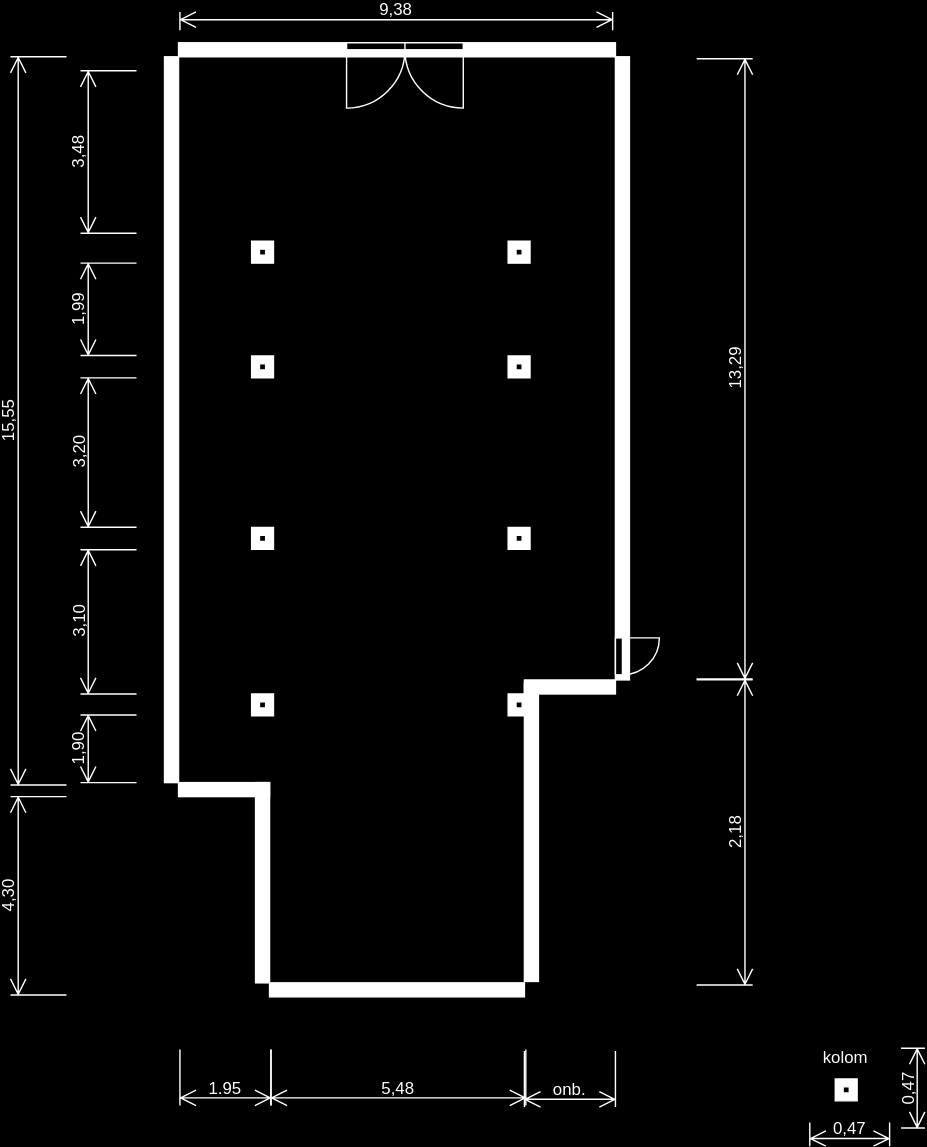
fckff/drawio keeps this draw.io diagram as fitness.drawio.svg. Above is the earlier version. Source tidied: cells renumbered, new cells last; positions are measured from the earlier drawing's top-left corner, leaving out a move shared by most shapes. The source it was exported from:
```xml
<mxGraphModel>
  <root>
    <mxCell id="0" />
    <mxCell id="1" parent="0" />
    <mxCell id="2" style="verticalLabelPosition=bottom;html=1;verticalAlign=top;align=center;shape=mxgraph.floorplan.wall;fillColor=strokeColor;direction=south;" parent="1" vertex="1">
      <mxGeometry x="110" y="32" width="10" height="518.3" as="geometry" />
    </mxCell>
    <mxCell id="3" style="verticalLabelPosition=bottom;html=1;verticalAlign=top;align=center;shape=mxgraph.floorplan.wall;fillColor=strokeColor;" parent="1" vertex="1">
      <mxGeometry x="120" y="550.3" width="65" height="10" as="geometry" />
    </mxCell>
    <mxCell id="4" style="verticalLabelPosition=bottom;html=1;verticalAlign=top;align=center;shape=mxgraph.floorplan.wall;fillColor=strokeColor;direction=south;" parent="1" vertex="1">
      <mxGeometry x="175" y="550.3" width="10" height="143" as="geometry" />
    </mxCell>
    <mxCell id="5" style="verticalLabelPosition=bottom;html=1;verticalAlign=top;align=center;shape=mxgraph.floorplan.wall;fillColor=strokeColor;" parent="1" vertex="1">
      <mxGeometry x="185" y="693.3" width="182" height="10" as="geometry" />
    </mxCell>
    <mxCell id="6" style="verticalLabelPosition=bottom;html=1;verticalAlign=top;align=center;shape=mxgraph.floorplan.wall;fillColor=strokeColor;" parent="1" vertex="1">
      <mxGeometry x="120" y="22" width="312" height="10" as="geometry" />
    </mxCell>
    <mxCell id="7" style="verticalLabelPosition=bottom;html=1;verticalAlign=top;align=center;shape=mxgraph.floorplan.wall;fillColor=strokeColor;direction=south;" parent="1" vertex="1">
      <mxGeometry x="432" y="32" width="10" height="445" as="geometry" />
    </mxCell>
    <mxCell id="8" style="verticalLabelPosition=bottom;html=1;verticalAlign=top;align=center;shape=mxgraph.floorplan.wall;fillColor=strokeColor;direction=south;" parent="1" vertex="1">
      <mxGeometry x="367" y="479.3" width="10" height="213" as="geometry" />
    </mxCell>
    <mxCell id="9" style="verticalLabelPosition=bottom;html=1;verticalAlign=top;align=center;shape=mxgraph.floorplan.room;fillColor=strokeColor;" parent="1" vertex="1">
      <mxGeometry x="172.2" y="487" width="15.6" height="15.6" as="geometry" />
    </mxCell>
    <mxCell id="10" style="verticalLabelPosition=bottom;html=1;verticalAlign=top;align=center;shape=mxgraph.floorplan.room;fillColor=strokeColor;" parent="1" vertex="1">
      <mxGeometry x="172.2" y="368.1" width="15.6" height="15.6" as="geometry" />
    </mxCell>
    <mxCell id="11" style="verticalLabelPosition=bottom;html=1;verticalAlign=top;align=center;shape=mxgraph.floorplan.room;fillColor=strokeColor;" parent="1" vertex="1">
      <mxGeometry x="172.2" y="245.7" width="15.6" height="15.6" as="geometry" />
    </mxCell>
    <mxCell id="12" style="verticalLabelPosition=bottom;html=1;verticalAlign=top;align=center;shape=mxgraph.floorplan.room;fillColor=strokeColor;" parent="1" vertex="1">
      <mxGeometry x="172.2" y="163.8" width="15.6" height="15.6" as="geometry" />
    </mxCell>
    <mxCell id="13" style="verticalLabelPosition=bottom;html=1;verticalAlign=top;align=center;shape=mxgraph.floorplan.room;fillColor=strokeColor;" parent="1" vertex="1">
      <mxGeometry x="355.4" y="163.8" width="15.6" height="15.6" as="geometry" />
    </mxCell>
    <mxCell id="14" style="verticalLabelPosition=bottom;html=1;verticalAlign=top;align=center;shape=mxgraph.floorplan.room;fillColor=strokeColor;" parent="1" vertex="1">
      <mxGeometry x="355.4" y="245.7" width="15.6" height="15.6" as="geometry" />
    </mxCell>
    <mxCell id="15" style="verticalLabelPosition=bottom;html=1;verticalAlign=top;align=center;shape=mxgraph.floorplan.room;fillColor=strokeColor;" parent="1" vertex="1">
      <mxGeometry x="355.4" y="368.1" width="15.6" height="15.6" as="geometry" />
    </mxCell>
    <mxCell id="16" style="verticalLabelPosition=bottom;html=1;verticalAlign=top;align=center;shape=mxgraph.floorplan.room;fillColor=strokeColor;" parent="1" vertex="1">
      <mxGeometry x="355.4" y="487" width="15.6" height="15.6" as="geometry" />
    </mxCell>
    <mxCell id="17" style="verticalLabelPosition=bottom;html=1;verticalAlign=top;align=center;shape=mxgraph.floorplan.wall;fillColor=strokeColor;" parent="1" vertex="1">
      <mxGeometry x="367" y="477" width="65" height="10" as="geometry" />
    </mxCell>
    <mxCell id="18" style="verticalLabelPosition=bottom;html=1;verticalAlign=top;align=center;shape=mxgraph.floorplan.doorRight;direction=north;" parent="1" vertex="1">
      <mxGeometry x="432" y="447" width="28" height="26.4" as="geometry" />
    </mxCell>
    <mxCell id="19" style="verticalLabelPosition=bottom;html=1;verticalAlign=top;align=center;shape=mxgraph.floorplan.doorDouble;" parent="1" vertex="1">
      <mxGeometry x="240" y="22" width="83.3" height="44.3" as="geometry" />
    </mxCell>
    <mxCell id="20" value="&lt;div&gt;15,55&lt;/div&gt;&lt;div&gt;&lt;br&gt;&lt;/div&gt;" style="shape=dimension;direction=south;whiteSpace=wrap;html=1;align=center;verticalAlign=top;labelBackgroundColor=none;horizontal=0;spacingTop=-15;" parent="1" vertex="1">
      <mxGeometry y="32" width="40" height="520" as="geometry" />
    </mxCell>
    <mxCell id="21" value="&lt;div&gt;4,30&lt;/div&gt;&lt;div&gt;&lt;br&gt;&lt;/div&gt;" style="shape=dimension;direction=south;whiteSpace=wrap;html=1;align=center;verticalAlign=top;labelBackgroundColor=none;horizontal=0;spacingTop=-15;" parent="1" vertex="1">
      <mxGeometry y="560.3" width="40" height="141.7" as="geometry" />
    </mxCell>
    <mxCell id="22" value="1,90" style="shape=dimension;direction=south;whiteSpace=wrap;html=1;align=center;verticalAlign=top;labelBackgroundColor=none;horizontal=0;spacingTop=-15;" parent="1" vertex="1">
      <mxGeometry x="50" y="502" width="40" height="48.3" as="geometry" />
    </mxCell>
    <mxCell id="23" style="verticalLabelPosition=bottom;html=1;verticalAlign=top;align=center;shape=mxgraph.floorplan.room;fillColor=strokeColor;" parent="1" vertex="1">
      <mxGeometry x="589" y="762" width="15.6" height="15.6" as="geometry" />
    </mxCell>
    <mxCell id="24" value="3,10" style="shape=dimension;direction=south;whiteSpace=wrap;html=1;align=center;verticalAlign=top;labelBackgroundColor=none;horizontal=0;spacingTop=-15;" parent="1" vertex="1">
      <mxGeometry x="50" y="384" width="40" height="103" as="geometry" />
    </mxCell>
    <mxCell id="25" value="3,20" style="shape=dimension;direction=south;whiteSpace=wrap;html=1;align=center;verticalAlign=top;labelBackgroundColor=none;horizontal=0;spacingTop=-15;" parent="1" vertex="1">
      <mxGeometry x="50" y="261.3" width="40" height="106.7" as="geometry" />
    </mxCell>
    <mxCell id="26" value="1,99" style="shape=dimension;direction=south;whiteSpace=wrap;html=1;align=center;verticalAlign=top;labelBackgroundColor=none;horizontal=0;spacingTop=-15;" parent="1" vertex="1">
      <mxGeometry x="50" y="179.4" width="40" height="66" as="geometry" />
    </mxCell>
    <mxCell id="27" value="3,48" style="shape=dimension;direction=south;whiteSpace=wrap;html=1;align=center;verticalAlign=top;labelBackgroundColor=none;horizontal=0;spacingTop=-15;" parent="1" vertex="1">
      <mxGeometry x="50" y="42" width="40" height="116" as="geometry" />
    </mxCell>
    <mxCell id="28" value="onb." style="shape=dimension;whiteSpace=wrap;html=1;align=center;verticalAlign=bottom;spacingBottom=3;labelBackgroundColor=none;" parent="1" vertex="1">
      <mxGeometry x="367" y="742" width="65" height="40" as="geometry" />
    </mxCell>
    <mxCell id="29" value="&lt;div&gt;5,48&lt;/div&gt;" style="shape=dimension;whiteSpace=wrap;html=1;align=center;verticalAlign=bottom;spacingBottom=3;labelBackgroundColor=none;" parent="1" vertex="1">
      <mxGeometry x="186" y="741" width="182" height="40" as="geometry" />
    </mxCell>
    <mxCell id="30" value="1.95" style="shape=dimension;whiteSpace=wrap;html=1;align=center;verticalAlign=bottom;spacingBottom=3;labelBackgroundColor=none;" parent="1" vertex="1">
      <mxGeometry x="121" y="741" width="65" height="40" as="geometry" />
    </mxCell>
    <mxCell id="31" value="2,18" style="shape=dimension;direction=north;whiteSpace=wrap;html=1;align=center;verticalAlign=bottom;labelBackgroundColor=none;horizontal=0;spacingBottom=3;" parent="1" vertex="1">
      <mxGeometry x="490" y="476.8" width="40" height="218" as="geometry" />
    </mxCell>
    <mxCell id="32" value="13,29" style="shape=dimension;direction=north;whiteSpace=wrap;html=1;align=center;verticalAlign=bottom;labelBackgroundColor=none;horizontal=0;spacingBottom=3;" parent="1" vertex="1">
      <mxGeometry x="490" y="33.4" width="40" height="443" as="geometry" />
    </mxCell>
    <mxCell id="33" value="9,38" style="shape=dimension;direction=west;whiteSpace=wrap;html=1;align=center;verticalAlign=top;spacingTop=-15;labelBackgroundColor=none;" parent="1" vertex="1">
      <mxGeometry x="121" width="309" height="13" as="geometry" />
    </mxCell>
    <mxCell id="34" value="0,47" style="shape=dimension;direction=north;whiteSpace=wrap;html=1;align=center;verticalAlign=bottom;labelBackgroundColor=none;horizontal=0;spacingBottom=3;" parent="1" vertex="1">
      <mxGeometry x="636" y="740" width="17" height="57" as="geometry" />
    </mxCell>
    <mxCell id="35" value="&lt;div&gt;0,47&lt;/div&gt;" style="shape=dimension;whiteSpace=wrap;html=1;align=center;verticalAlign=bottom;spacingBottom=3;labelBackgroundColor=none;" parent="1" vertex="1">
      <mxGeometry x="570.8" y="793" width="57" height="17" as="geometry" />
    </mxCell>
    <mxCell id="36" value="kolom" style="text;html=1;align=center;verticalAlign=middle;strokeColor=none;fillColor=none;" parent="1" vertex="1">
      <mxGeometry x="565.8" y="732" width="60" height="30" as="geometry" />
    </mxCell>
  </root>
</mxGraphModel>
```
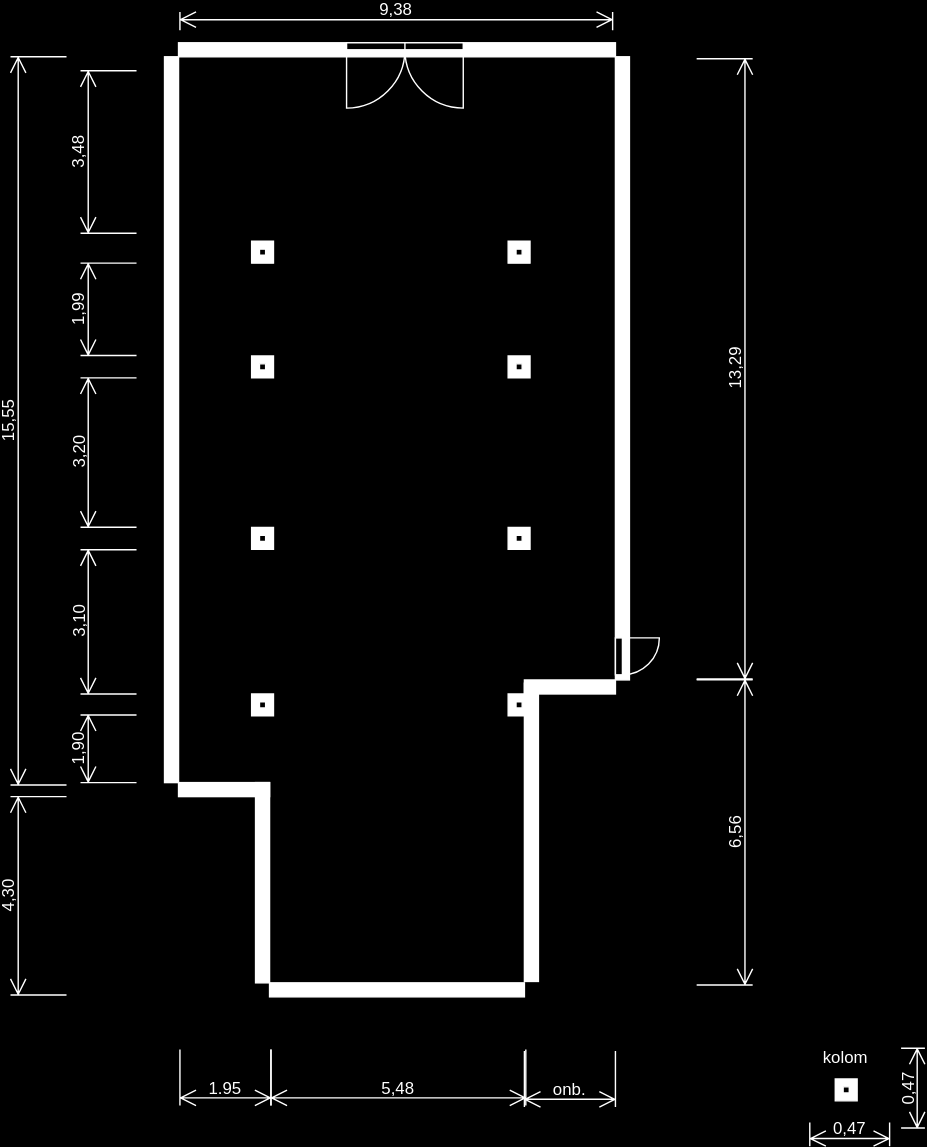
Above is the later version.

The edit, as a diff of the source:
```diff
@@ -89,7 +89,7 @@
     <mxCell id="30" value="1.95" style="shape=dimension;whiteSpace=wrap;html=1;align=center;verticalAlign=bottom;spacingBottom=3;labelBackgroundColor=none;" parent="1" vertex="1">
       <mxGeometry x="121" y="741" width="65" height="40" as="geometry" />
     </mxCell>
-    <mxCell id="31" value="2,18" style="shape=dimension;direction=north;whiteSpace=wrap;html=1;align=center;verticalAlign=bottom;labelBackgroundColor=none;horizontal=0;spacingBottom=3;" parent="1" vertex="1">
+    <mxCell id="31" value="6,56" style="shape=dimension;direction=north;whiteSpace=wrap;html=1;align=center;verticalAlign=bottom;labelBackgroundColor=none;horizontal=0;spacingBottom=3;" parent="1" vertex="1">
       <mxGeometry x="490" y="476.8" width="40" height="218" as="geometry" />
     </mxCell>
     <mxCell id="32" value="13,29" style="shape=dimension;direction=north;whiteSpace=wrap;html=1;align=center;verticalAlign=bottom;labelBackgroundColor=none;horizontal=0;spacingBottom=3;" parent="1" vertex="1">
```
